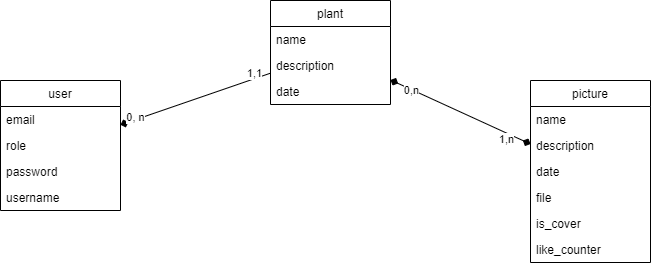
Earlier version of the draw.io export doc/mcd.drawio.png (clemence-ctt/lettuce-seed). Source tidied: cells renumbered, new cells last; positions are measured from the earlier drawing's top-left corner, leaving out a move shared by most shapes.
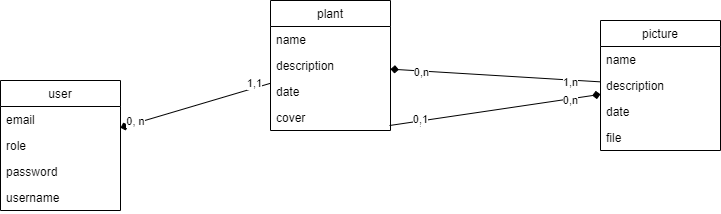
Later version of the same file.

What changed in the source:
```diff
@@ -18,7 +18,7 @@
       <mxGeometry y="104" width="120" height="26" as="geometry" />
     </mxCell>
     <mxCell id="7" value="picture" style="swimlane;fontStyle=0;horizontal=1;startSize=26;fillColor=none;" parent="1" vertex="1">
-      <mxGeometry x="530" y="80" width="120" height="182" as="geometry" />
+      <mxGeometry x="600" y="20" width="120" height="130" as="geometry" />
     </mxCell>
     <mxCell id="8" value="name" style="text;strokeColor=none;fillColor=none;align=left;verticalAlign=top;spacingLeft=4;spacingRight=4;overflow=hidden;" parent="7" vertex="1">
       <mxGeometry y="26" width="120" height="26" as="geometry" />
@@ -32,12 +32,6 @@
     <mxCell id="11" value="file" style="text;strokeColor=none;fillColor=none;align=left;verticalAlign=top;spacingLeft=4;spacingRight=4;overflow=hidden;" parent="7" vertex="1">
       <mxGeometry y="104" width="120" height="26" as="geometry" />
     </mxCell>
-    <mxCell id="12" value="is_cover" style="text;strokeColor=none;fillColor=none;align=left;verticalAlign=top;spacingLeft=4;spacingRight=4;overflow=hidden;" parent="7" vertex="1">
-      <mxGeometry y="130" width="120" height="26" as="geometry" />
-    </mxCell>
-    <mxCell id="13" value="like_counter" style="text;strokeColor=none;fillColor=none;align=left;verticalAlign=top;spacingLeft=4;spacingRight=4;overflow=hidden;" parent="7" vertex="1">
-      <mxGeometry y="156" width="120" height="26" as="geometry" />
-    </mxCell>
     <mxCell id="14" style="endArrow=none;html=1;rounded=1;startArrow=diamond;startFill=1;" parent="1" edge="1" source="2" target="17">
       <mxGeometry relative="1" as="geometry" />
     </mxCell>
@@ -52,7 +46,7 @@
       </mxGeometry>
     </mxCell>
     <mxCell id="17" value="plant" style="swimlane;fontStyle=0;horizontal=1;startSize=26;fillColor=none;" parent="1" vertex="1">
-      <mxGeometry x="270" width="120" height="104" as="geometry" />
+      <mxGeometry x="270" width="120" height="130" as="geometry" />
     </mxCell>
     <mxCell id="18" value="name" style="text;strokeColor=none;fillColor=none;align=left;verticalAlign=top;spacingLeft=4;spacingRight=4;overflow=hidden;" parent="17" vertex="1">
       <mxGeometry y="26" width="120" height="26" as="geometry" />
@@ -63,7 +57,10 @@
     <mxCell id="20" value="date" style="text;strokeColor=none;fillColor=none;align=left;verticalAlign=top;spacingLeft=4;spacingRight=4;overflow=hidden;" parent="17" vertex="1">
       <mxGeometry y="78" width="120" height="26" as="geometry" />
     </mxCell>
+    <mxCell id="24" value="cover" style="text;strokeColor=none;fillColor=none;align=left;verticalAlign=top;spacingLeft=4;spacingRight=4;overflow=hidden;points=[[0,0.5],[1,0.5]];portConstraint=eastwest;" parent="17" vertex="1">
+      <mxGeometry y="104" width="120" height="26" as="geometry" />
+    </mxCell>
-    <mxCell id="21" style="endArrow=diamond;html=1;startArrow=diamond;startFill=1;endFill=1;" parent="1" edge="1" source="17" target="7">
+    <mxCell id="21" style="endArrow=none;html=1;startArrow=diamond;startFill=1;endFill=0;" parent="1" edge="1" source="17" target="7">
       <mxGeometry relative="1" as="geometry" />
     </mxCell>
     <mxCell id="22" value="0,n" style="edgeLabel;html=1;align=center;verticalAlign=middle;" parent="21" vertex="1">
@@ -76,5 +73,24 @@
         <mxPoint x="-10" as="offset" />
       </mxGeometry>
     </mxCell>
+    <mxCell id="25" style="endArrow=none;html=1;startArrow=diamond;startFill=1;endFill=0;entryX=0.992;entryY=0.808;entryDx=0;entryDy=0;entryPerimeter=0;" parent="1" edge="1" source="7" target="24">
+      <mxGeometry relative="1" as="geometry" />
+    </mxCell>
+    <mxCell id="26" value="0,n" style="edgeLabel;html=1;align=center;verticalAlign=middle;" parent="25" vertex="1">
+      <mxGeometry x="-0.71" relative="1" as="geometry">
+        <mxPoint y="1" as="offset" />
+      </mxGeometry>
+    </mxCell>
+    <mxCell id="27" value="1,n" style="edgeLabel;html=1;align=center;verticalAlign=middle;" parent="25" vertex="1">
+      <mxGeometry x="0.8" y="-1" relative="1" as="geometry">
+        <mxPoint x="10" as="offset" />
+      </mxGeometry>
+    </mxCell>
+    <mxCell id="28" value="0,n" style="edgeLabel;html=1;align=center;verticalAlign=middle;" parent="25" vertex="1">
+      <mxGeometry x="-0.71" y="1" relative="1" as="geometry" />
+    </mxCell>
+    <mxCell id="29" value="0,1" style="edgeLabel;html=1;align=center;verticalAlign=middle;" parent="25" vertex="1">
+      <mxGeometry x="0.7" y="-2" relative="1" as="geometry" />
+    </mxCell>
   </root>
 </mxGraphModel>
```
